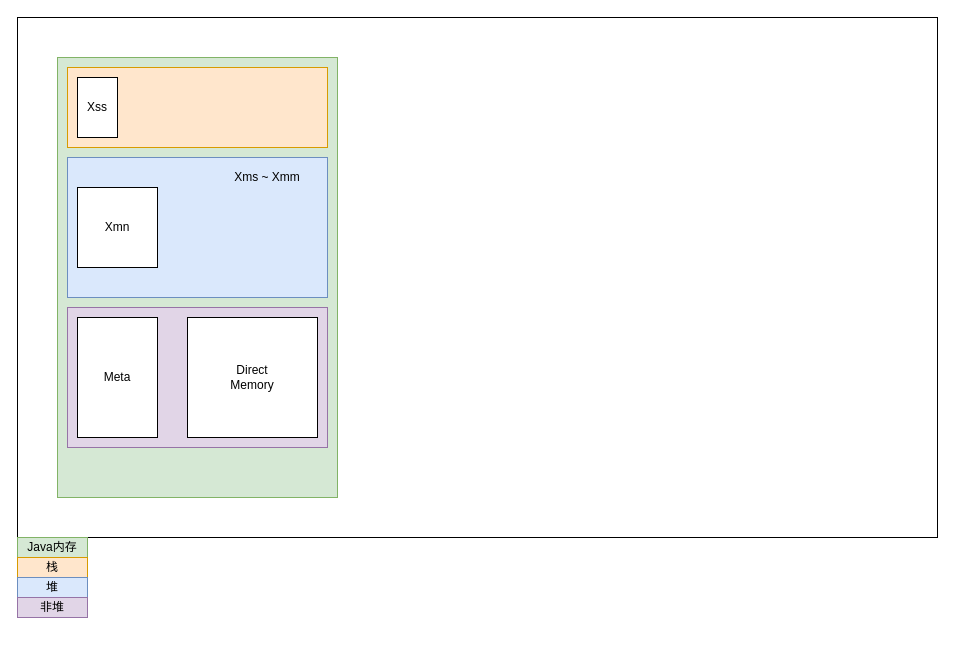
Earlier version of the draw.io diagram Week_01/内存参数关系.drawio (SongsMin/JAVA-000). Source tidied: cells renumbered, new cells numbered last; positions are measured from the earlier drawing's top-left corner, leaving out a move shared by most shapes. Both pictures are drawn from the tidied source at 100%, with x=0, y=0 at pixel (17, 17).
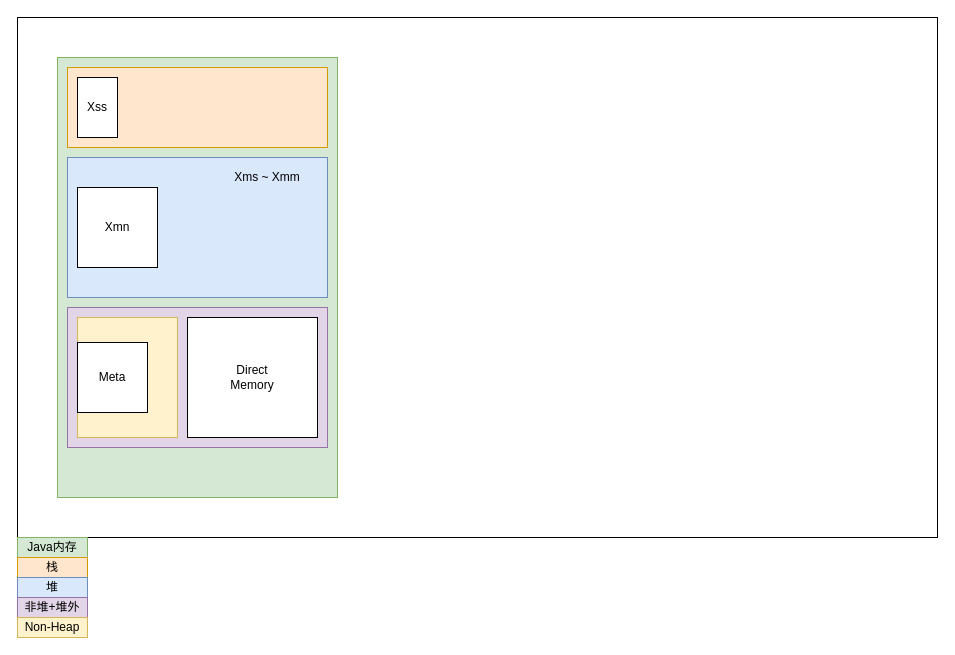
The same page after the edit.

Commit message (it also covers changes not shown here):
fix Direct Memory 和 Non-Heap 的关系

The edit, as a diff of the source:
```diff
@@
-    <mxCell id="15" value="非堆" style="text;html=1;strokeColor=#9673a6;fillColor=#e1d5e7;align=center;verticalAlign=middle;whiteSpace=wrap;rounded=0;" parent="1" vertex="1">
+    <mxCell id="15" value="非堆+堆外" style="text;html=1;strokeColor=#9673a6;fillColor=#e1d5e7;align=center;verticalAlign=middle;whiteSpace=wrap;rounded=0;" parent="1" vertex="1">
       <mxGeometry y="580" width="70" height="20" as="geometry" />
     </mxCell>
@@
-    <mxCell id="18" style="rounded=0;whiteSpace=wrap;html=1;" parent="1" vertex="1">
-      <mxGeometry x="60" y="300" width="80" height="120" as="geometry" />
+    <mxCell id="18" style="rounded=0;whiteSpace=wrap;html=1;fillColor=#fff2cc;strokeColor=#d6b656;" parent="1" vertex="1">
+      <mxGeometry x="60" y="300" width="100" height="120" as="geometry" />
     </mxCell>
+    <mxCell id="20" value="Non-Heap" style="text;html=1;strokeColor=#d6b656;fillColor=#fff2cc;align=center;verticalAlign=middle;whiteSpace=wrap;rounded=0;" parent="1" vertex="1">
+      <mxGeometry y="600" width="70" height="20" as="geometry" />
+    </mxCell>
+    <mxCell id="21" style="whiteSpace=wrap;html=1;" parent="1" vertex="1">
+      <mxGeometry x="60" y="325" width="70" height="70" as="geometry" />
+    </mxCell>
     <mxCell id="19" value="Meta" style="text;html=1;strokeColor=none;fillColor=none;align=center;verticalAlign=middle;whiteSpace=wrap;rounded=0;" parent="1" vertex="1">
-      <mxGeometry x="80" y="350" width="40" height="20" as="geometry" />
+      <mxGeometry x="75" y="350" width="40" height="20" as="geometry" />
     </mxCell>
```
